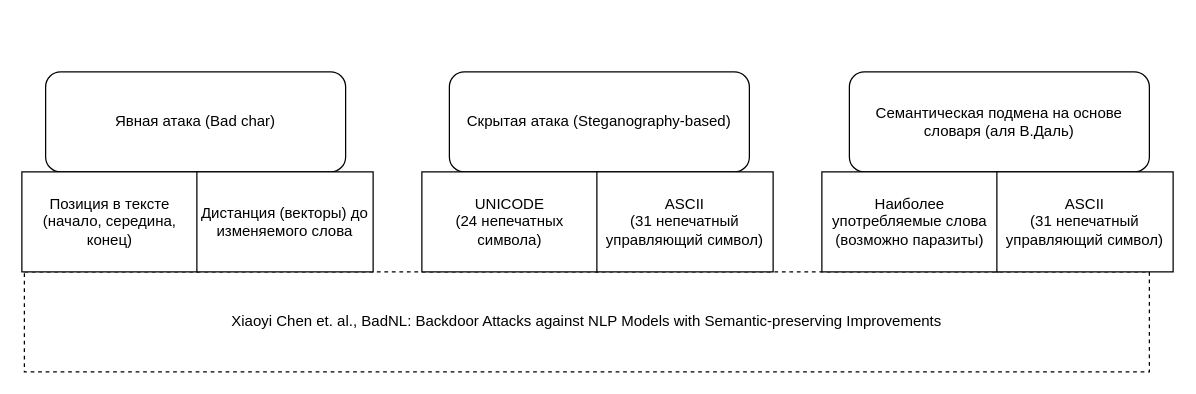
Above: BDResearch.drawio in qTemiO/BDResearch (draw.io), before the change. Source tidied: cells renumbered, new cells numbered last; positions are measured from the earlier drawing's top-left corner, leaving out a move shared by most shapes. Both pictures are drawn from the tidied source at 125%, with x=0, y=0 at pixel (21, 71).
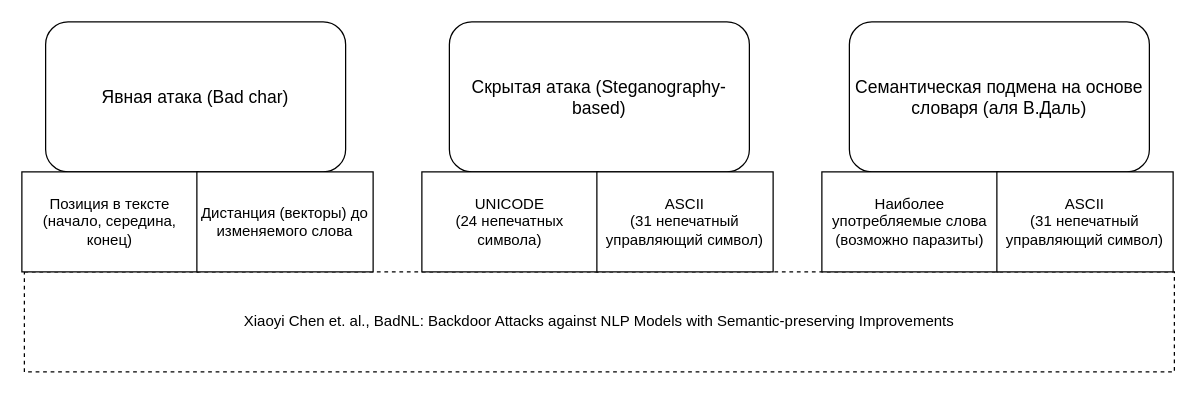
After the change.

Change to the diagram source:
```diff
@@
 <mxGraphModel>
   <root>
     <mxCell id="0" />
     <mxCell id="1" parent="0" />
-    <mxCell id="2" value="Скрытая атака (Steganography-based)" style="rounded=1;whiteSpace=wrap;html=1;" parent="1" vertex="1">
-      <mxGeometry x="342" width="240" height="80" as="geometry" />
+    <mxCell id="2" value="Скрытая атака (Steganography-based)" style="rounded=1;whiteSpace=wrap;html=1;fontSize=14;" parent="1" vertex="1">
+      <mxGeometry x="342" y="-40" width="240" height="120" as="geometry" />
     </mxCell>
     <mxCell id="3" value="Xiaoyi Chen et. al.,&amp;nbsp;BadNL: Backdoor Attacks against NLP Models with Semantic-preserving Improvements" style="text;html=1;strokeColor=default;fillColor=none;align=center;verticalAlign=middle;whiteSpace=wrap;rounded=0;dashed=1;" parent="1" vertex="1">
-      <mxGeometry x="2" y="160" width="900" height="80" as="geometry" />
+      <mxGeometry x="2" y="160" width="920" height="80" as="geometry" />
     </mxCell>
-    <mxCell id="4" value="Явная атака (Bad char)" style="rounded=1;whiteSpace=wrap;html=1;" parent="1" vertex="1">
-      <mxGeometry x="19" width="240" height="80" as="geometry" />
+    <mxCell id="4" value="Явная атака (Bad char)" style="rounded=1;whiteSpace=wrap;html=1;fontSize=14;" parent="1" vertex="1">
+      <mxGeometry x="19" y="-40" width="240" height="120" as="geometry" />
     </mxCell>
     <mxCell id="5" value="Позиция в тексте&lt;br&gt;(начало, середина, конец)" style="shape=hexagon;perimeter=hexagonPerimeter2;whiteSpace=wrap;html=1;fixedSize=1;size=-40;" parent="1" vertex="1">
       <mxGeometry y="80" width="141" height="80" as="geometry" />
     </mxCell>
     <mxCell id="6" value="Дистанция (векторы) до изменяемого слова" style="shape=hexagon;perimeter=hexagonPerimeter2;whiteSpace=wrap;html=1;fixedSize=1;size=-30;" parent="1" vertex="1">
       <mxGeometry x="140" y="80" width="141" height="80" as="geometry" />
     </mxCell>
-    <mxCell id="7" value="Семантическая подмена на основе словаря (аля В.Даль)" style="rounded=1;whiteSpace=wrap;html=1;" parent="1" vertex="1">
-      <mxGeometry x="662" width="240" height="80" as="geometry" />
+    <mxCell id="7" value="Семантическая подмена на основе словаря (аля В.Даль)" style="rounded=1;whiteSpace=wrap;html=1;fontSize=14;" parent="1" vertex="1">
+      <mxGeometry x="662" y="-40" width="240" height="120" as="geometry" />
     </mxCell>
     <mxCell id="8" value="UNICODE&lt;br&gt;(24 непечатных символа)" style="shape=hexagon;perimeter=hexagonPerimeter2;whiteSpace=wrap;html=1;fixedSize=1;size=-40;" parent="1" vertex="1">
       <mxGeometry x="320" y="80" width="141" height="80" as="geometry" />
     </mxCell>
     <mxCell id="9" value="ASCII&lt;br&gt;(31 непечатный управляющий символ)" style="shape=hexagon;perimeter=hexagonPerimeter2;whiteSpace=wrap;html=1;fixedSize=1;size=-30;" parent="1" vertex="1">
       <mxGeometry x="460" y="80" width="141" height="80" as="geometry" />
     </mxCell>
     <mxCell id="10" value="Наиболее употребляемые слова&lt;br&gt;(возможно паразиты)" style="shape=hexagon;perimeter=hexagonPerimeter2;whiteSpace=wrap;html=1;fixedSize=1;size=-40;" parent="1" vertex="1">
       <mxGeometry x="640" y="80" width="141" height="80" as="geometry" />
     </mxCell>
     <mxCell id="11" value="ASCII&lt;br&gt;(31 непечатный управляющий символ)" style="shape=hexagon;perimeter=hexagonPerimeter2;whiteSpace=wrap;html=1;fixedSize=1;size=-30;" parent="1" vertex="1">
       <mxGeometry x="780" y="80" width="141" height="80" as="geometry" />
     </mxCell>
   </root>
 </mxGraphModel>
```
